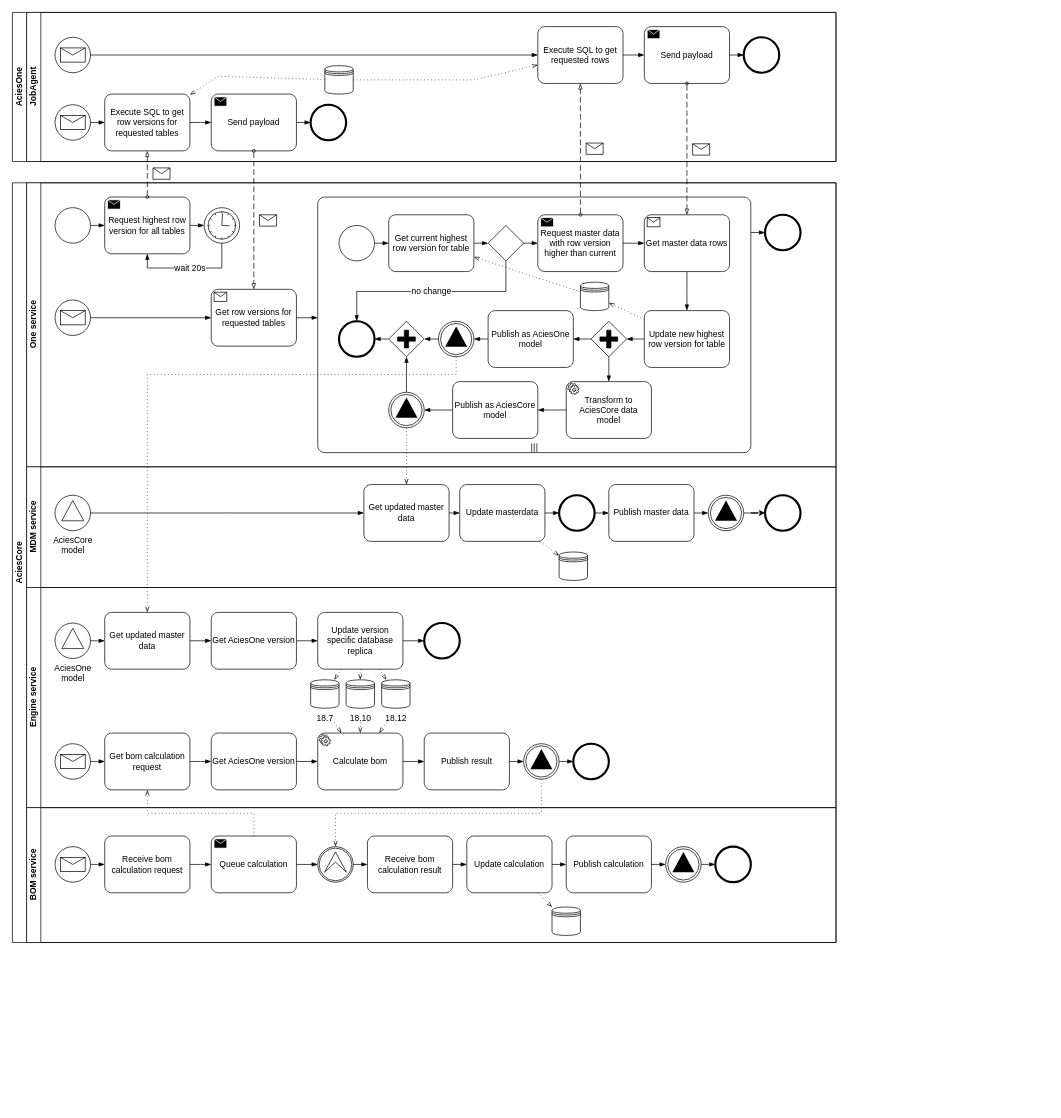
Above: services/one/AciesOne-to-AciesCore-MasterDataSync.drawio in AciesDK/core-diagrams (draw.io), before the change. Source tidied: cells renumbered, new cells numbered last; positions are measured from the earlier drawing's top-left corner, leaving out a move shared by most shapes. Both pictures are drawn from the tidied source at 71%, with x=0, y=0 at pixel (12, 12).
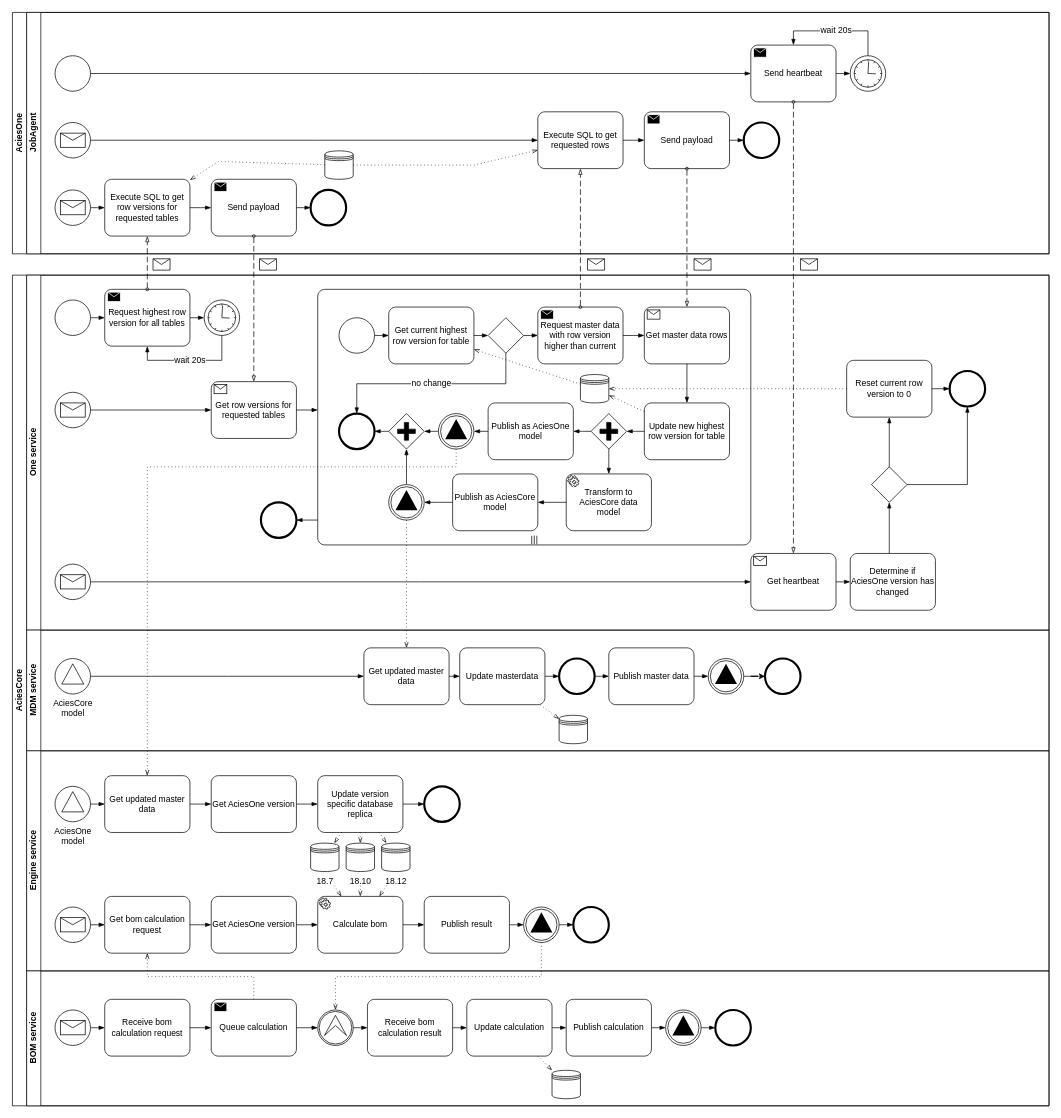
After the change.

Unchanged cells that the change refers to:
```xml
<mxCell id="33" style="shape=datastore;html=1;labelPosition=center;verticalLabelPosition=bottom;align=center;verticalAlign=top;" parent="22" vertex="1">
  <mxGeometry x="780" y="140" width="40" height="40" as="geometry" />
</mxCell>
<mxCell id="60" style="points=[[0.145,0.145,0],[0.5,0,0],[0.855,0.145,0],[1,0.5,0],[0.855,0.855,0],[0.5,1,0],[0.145,0.855,0],[0,0.5,0]];shape=mxgraph.bpmn.event;html=1;verticalLabelPosition=bottom;labelBackgroundColor=#ffffff;verticalAlign=top;align=center;perimeter=ellipsePerimeter;outlineConnect=0;outline=throwing;symbol=signal;" parent="22" vertex="1">
  <mxGeometry x="580" y="195" width="50" height="50" as="geometry" />
</mxCell>
<mxCell id="86" value="Get updated master data" style="points=[[0.25,0,0],[0.5,0,0],[0.75,0,0],[1,0.25,0],[1,0.5,0],[1,0.75,0],[0.75,1,0],[0.5,1,0],[0.25,1,0],[0,0.75,0],[0,0.5,0],[0,0.25,0]];shape=mxgraph.bpmn.task;whiteSpace=wrap;rectStyle=rounded;size=10;html=1;taskMarker=abstract;" parent="84" vertex="1">
  <mxGeometry x="110" y="35" width="120" height="80" as="geometry" />
</mxCell>
<mxCell id="140" style="endArrow=blockThin;html=1;labelPosition=left;verticalLabelPosition=middle;align=right;verticalAlign=middle;dashed=1;dashPattern=8 4;endFill=0;startArrow=oval;startFill=0;endSize=6;startSize=4;rounded=0;" parent="1" edge="1" source="26" target="5">
  <mxGeometry relative="1" as="geometry" />
</mxCell>
<mxCell id="142" style="endArrow=blockThin;html=1;labelPosition=left;verticalLabelPosition=middle;align=right;verticalAlign=middle;dashed=1;dashPattern=8 4;endFill=0;startArrow=oval;startFill=0;endSize=6;startSize=4;rounded=0;" parent="1" edge="1" source="7" target="27">
  <mxGeometry relative="1" as="geometry" />
</mxCell>
<mxCell id="144" style="endArrow=blockThin;html=1;labelPosition=left;verticalLabelPosition=middle;align=right;verticalAlign=middle;dashed=1;dashPattern=8 4;endFill=0;startArrow=oval;startFill=0;endSize=6;startSize=4;rounded=0;" parent="1" edge="1" source="37" target="12">
  <mxGeometry relative="1" as="geometry" />
</mxCell>
<mxCell id="146" style="endArrow=blockThin;html=1;labelPosition=left;verticalLabelPosition=middle;align=right;verticalAlign=middle;dashed=1;dashPattern=8 4;endFill=0;startArrow=oval;startFill=0;endSize=6;startSize=4;rounded=0;" parent="1" edge="1" source="14" target="39">
  <mxGeometry relative="1" as="geometry" />
</mxCell>
```

Change to the diagram source:
```diff
@@
     <mxCell id="2" value="AciesOne" style="swimlane;html=1;horizontal=0;startSize=20;whiteSpace=wrap;" parent="1" vertex="1">
-      <mxGeometry width="1160" height="210" as="geometry" />
+      <mxGeometry width="1460" height="340" as="geometry" />
     </mxCell>
     <mxCell id="3" value="JobAgent" style="swimlane;html=1;startSize=20;horizontal=0;" parent="2" vertex="1">
-      <mxGeometry x="20" width="1140" height="210" as="geometry" />
+      <mxGeometry x="20" width="1440" height="340" as="geometry" />
     </mxCell>
     <mxCell id="4" style="points=[[0.145,0.145,0],[0.5,0,0],[0.855,0.145,0],[1,0.5,0],[0.855,0.855,0],[0.5,1,0],[0.145,0.855,0],[0,0.5,0]];shape=mxgraph.bpmn.event;html=1;verticalLabelPosition=bottom;labelBackgroundColor=#ffffff;verticalAlign=top;align=center;perimeter=ellipsePerimeter;outlineConnect=0;outline=standard;symbol=message;" parent="3" vertex="1">
-      <mxGeometry x="40" y="130" width="50" height="50" as="geometry" />
+      <mxGeometry x="40" y="250" width="50" height="50" as="geometry" />
     </mxCell>
     <mxCell id="5" value="Execute SQL to get row versions for requested tables" style="points=[[0.25,0,0],[0.5,0,0],[0.75,0,0],[1,0.25,0],[1,0.5,0],[1,0.75,0],[0.75,1,0],[0.5,1,0],[0.25,1,0],[0,0.75,0],[0,0.5,0],[0,0.25,0]];shape=mxgraph.bpmn.task;whiteSpace=wrap;rectStyle=rounded;size=10;html=1;taskMarker=abstract;" parent="3" vertex="1">
-      <mxGeometry x="110" y="115" width="120" height="80" as="geometry" />
+      <mxGeometry x="110" y="235" width="120" height="80" as="geometry" />
     </mxCell>
@@
     <mxCell id="7" value="Send payload" style="points=[[0.25,0,0],[0.5,0,0],[0.75,0,0],[1,0.25,0],[1,0.5,0],[1,0.75,0],[0.75,1,0],[0.5,1,0],[0.25,1,0],[0,0.75,0],[0,0.5,0],[0,0.25,0]];shape=mxgraph.bpmn.task;whiteSpace=wrap;rectStyle=rounded;size=10;html=1;taskMarker=send;" parent="3" vertex="1">
-      <mxGeometry x="260" y="115" width="120" height="80" as="geometry" />
+      <mxGeometry x="260" y="235" width="120" height="80" as="geometry" />
     </mxCell>
@@
     <mxCell id="9" style="shape=datastore;html=1;labelPosition=center;verticalLabelPosition=bottom;align=center;verticalAlign=top;" parent="3" vertex="1">
-      <mxGeometry x="420" y="75" width="40" height="40" as="geometry" />
+      <mxGeometry x="420" y="195" width="40" height="40" as="geometry" />
     </mxCell>
     <mxCell id="10" style="fontSize=12;html=1;endFill=0;startFill=0;endSize=6;startSize=6;dashed=1;dashPattern=1 4;endArrow=openThin;startArrow=none;rounded=0;" parent="3" edge="1" source="9" target="5">
       <mxGeometry relative="1" as="geometry">
         <Array as="points">
-          <mxPoint x="270" y="90" />
+          <mxPoint x="270" y="210" />
         </Array>
       </mxGeometry>
     </mxCell>
     <mxCell id="11" style="points=[[0.145,0.145,0],[0.5,0,0],[0.855,0.145,0],[1,0.5,0],[0.855,0.855,0],[0.5,1,0],[0.145,0.855,0],[0,0.5,0]];shape=mxgraph.bpmn.event;html=1;verticalLabelPosition=bottom;labelBackgroundColor=#ffffff;verticalAlign=top;align=center;perimeter=ellipsePerimeter;outlineConnect=0;outline=standard;symbol=message;" parent="3" vertex="1">
-      <mxGeometry x="40" y="35" width="50" height="50" as="geometry" />
+      <mxGeometry x="40" y="155" width="50" height="50" as="geometry" />
     </mxCell>
     <mxCell id="12" value="Execute SQL to get requested rows" style="points=[[0.25,0,0],[0.5,0,0],[0.75,0,0],[1,0.25,0],[1,0.5,0],[1,0.75,0],[0.75,1,0],[0.5,1,0],[0.25,1,0],[0,0.75,0],[0,0.5,0],[0,0.25,0]];shape=mxgraph.bpmn.task;whiteSpace=wrap;rectStyle=rounded;size=10;html=1;taskMarker=abstract;" parent="3" vertex="1">
-      <mxGeometry x="720" y="20" width="120" height="80" as="geometry" />
+      <mxGeometry x="720" y="140" width="120" height="80" as="geometry" />
     </mxCell>
@@
     <mxCell id="14" value="Send payload" style="points=[[0.25,0,0],[0.5,0,0],[0.75,0,0],[1,0.25,0],[1,0.5,0],[1,0.75,0],[0.75,1,0],[0.5,1,0],[0.25,1,0],[0,0.75,0],[0,0.5,0],[0,0.25,0]];shape=mxgraph.bpmn.task;whiteSpace=wrap;rectStyle=rounded;size=10;html=1;taskMarker=send;" parent="3" vertex="1">
-      <mxGeometry x="870" y="20" width="120" height="80" as="geometry" />
+      <mxGeometry x="870" y="140" width="120" height="80" as="geometry" />
     </mxCell>
@@
     <mxCell id="16" style="fontSize=12;html=1;endFill=0;startFill=0;endSize=6;startSize=6;dashed=1;dashPattern=1 4;endArrow=openThin;startArrow=none;rounded=0;" parent="3" edge="1" source="9" target="12">
       <mxGeometry relative="1" as="geometry">
         <Array as="points">
-          <mxPoint x="630" y="95" />
+          <mxPoint x="630" y="215" />
         </Array>
       </mxGeometry>
     </mxCell>
     <mxCell id="17" style="points=[[0.145,0.145,0],[0.5,0,0],[0.855,0.145,0],[1,0.5,0],[0.855,0.855,0],[0.5,1,0],[0.145,0.855,0],[0,0.5,0]];shape=mxgraph.bpmn.event;html=1;verticalLabelPosition=bottom;labelBackgroundColor=#ffffff;verticalAlign=top;align=center;perimeter=ellipsePerimeter;outlineConnect=0;outline=end;symbol=terminate2;" parent="3" vertex="1">
-      <mxGeometry x="400" y="130" width="50" height="50" as="geometry" />
+      <mxGeometry x="400" y="250" width="50" height="50" as="geometry" />
     </mxCell>
@@
     <mxCell id="19" style="points=[[0.145,0.145,0],[0.5,0,0],[0.855,0.145,0],[1,0.5,0],[0.855,0.855,0],[0.5,1,0],[0.145,0.855,0],[0,0.5,0]];shape=mxgraph.bpmn.event;html=1;verticalLabelPosition=bottom;labelBackgroundColor=#ffffff;verticalAlign=top;align=center;perimeter=ellipsePerimeter;outlineConnect=0;outline=end;symbol=terminate2;" parent="3" vertex="1">
-      <mxGeometry x="1010" y="35" width="50" height="50" as="geometry" />
+      <mxGeometry x="1010" y="155" width="50" height="50" as="geometry" />
     </mxCell>
@@
+    <mxCell id="148" style="shape=mxgraph.bpmn.event;html=1;verticalLabelPosition=bottom;labelBackgroundColor=#ffffff;verticalAlign=top;align=center;outlineConnect=0;outline=standard;symbol=general;points=[[0.145,0.145,0],[0.5,0,0],[0.855,0.145,0],[1,0.5,0],[0.855,0.855,0],[0.5,1,0],[0.145,0.855,0],[0,0.5,0]];perimeter=ellipsePerimeter;" parent="3" vertex="1">
+      <mxGeometry x="40" y="61" width="50" height="50" as="geometry" />
+    </mxCell>
+    <mxCell id="149" style="edgeStyle=elbowEdgeStyle;fontSize=12;html=1;endArrow=blockThin;endFill=1;rounded=0;" parent="3" edge="1" source="148" target="150">
+      <mxGeometry relative="1" as="geometry" />
+    </mxCell>
+    <mxCell id="150" value="Send heartbeat" style="points=[[0.25,0,0],[0.5,0,0],[0.75,0,0],[1,0.25,0],[1,0.5,0],[1,0.75,0],[0.75,1,0],[0.5,1,0],[0.25,1,0],[0,0.75,0],[0,0.5,0],[0,0.25,0]];shape=mxgraph.bpmn.task;whiteSpace=wrap;rectStyle=rounded;size=10;html=1;taskMarker=send;" parent="3" vertex="1">
+      <mxGeometry x="1020" y="46" width="120" height="80" as="geometry" />
+    </mxCell>
+    <mxCell id="151" style="points=[[0.145,0.145,0],[0.5,0,0],[0.855,0.145,0],[1,0.5,0],[0.855,0.855,0],[0.5,1,0],[0.145,0.855,0],[0,0.5,0]];shape=mxgraph.bpmn.event;html=1;verticalLabelPosition=bottom;labelBackgroundColor=#ffffff;verticalAlign=top;align=center;perimeter=ellipsePerimeter;outlineConnect=0;outline=standard;symbol=timer;" parent="3" vertex="1">
+      <mxGeometry x="1160" y="61" width="50" height="50" as="geometry" />
+    </mxCell>
+    <mxCell id="152" style="edgeStyle=elbowEdgeStyle;fontSize=12;html=1;endArrow=blockThin;endFill=1;rounded=0;" parent="3" edge="1" source="150" target="151">
+      <mxGeometry relative="1" as="geometry" />
+    </mxCell>
+    <mxCell id="153" value="wait 20s" style="edgeStyle=elbowEdgeStyle;fontSize=12;html=1;endArrow=blockThin;endFill=1;rounded=0;elbow=vertical;exitX=0.5;exitY=0;exitDx=0;exitDy=0;exitPerimeter=0;" parent="3" edge="1" source="151" target="150">
+      <mxGeometry relative="1" as="geometry">
+        <Array as="points">
+          <mxPoint x="1170" y="26" />
+        </Array>
+      </mxGeometry>
+    </mxCell>
     <mxCell id="21" value="AciesCore" style="swimlane;html=1;horizontal=0;startSize=20;whiteSpace=wrap;" parent="1" vertex="1">
-      <mxGeometry y="240" width="1160" height="1070" as="geometry" />
+      <mxGeometry y="370" width="1460" height="1170" as="geometry" />
     </mxCell>
     <mxCell id="22" value="One service" style="swimlane;html=1;startSize=20;horizontal=0;" parent="21" vertex="1">
-      <mxGeometry x="20" width="1140" height="400" as="geometry" />
+      <mxGeometry x="20" width="1440" height="500" as="geometry" />
     </mxCell>
@@
     <mxCell id="52" style="points=[[0.145,0.145,0],[0.5,0,0],[0.855,0.145,0],[1,0.5,0],[0.855,0.855,0],[0.5,1,0],[0.145,0.855,0],[0,0.5,0]];shape=mxgraph.bpmn.event;html=1;verticalLabelPosition=bottom;labelBackgroundColor=#ffffff;verticalAlign=top;align=center;perimeter=ellipsePerimeter;outlineConnect=0;outline=end;symbol=terminate2;" parent="22" vertex="1">
-      <mxGeometry x="1040" y="45" width="50" height="50" as="geometry" />
+      <mxGeometry x="330" y="320" width="50" height="50" as="geometry" />
     </mxCell>
@@
+    <mxCell id="154" value="Get heartbeat" style="points=[[0.25,0,0],[0.5,0,0],[0.75,0,0],[1,0.25,0],[1,0.5,0],[1,0.75,0],[0.75,1,0],[0.5,1,0],[0.25,1,0],[0,0.75,0],[0,0.5,0],[0,0.25,0]];shape=mxgraph.bpmn.task;whiteSpace=wrap;rectStyle=rounded;size=10;html=1;taskMarker=receive;" parent="22" vertex="1">
+      <mxGeometry x="1020" y="392" width="120" height="80" as="geometry" />
+    </mxCell>
+    <mxCell id="155" style="points=[[0.145,0.145,0],[0.5,0,0],[0.855,0.145,0],[1,0.5,0],[0.855,0.855,0],[0.5,1,0],[0.145,0.855,0],[0,0.5,0]];shape=mxgraph.bpmn.event;html=1;verticalLabelPosition=bottom;labelBackgroundColor=#ffffff;verticalAlign=top;align=center;perimeter=ellipsePerimeter;outlineConnect=0;outline=standard;symbol=message;" parent="22" vertex="1">
+      <mxGeometry x="40" y="407" width="50" height="50" as="geometry" />
+    </mxCell>
+    <mxCell id="156" style="edgeStyle=elbowEdgeStyle;fontSize=12;html=1;endArrow=blockThin;endFill=1;rounded=0;" parent="22" edge="1" source="155" target="154">
+      <mxGeometry relative="1" as="geometry" />
+    </mxCell>
+    <mxCell id="157" value="Determine if AciesOne version has changed" style="points=[[0.25,0,0],[0.5,0,0],[0.75,0,0],[1,0.25,0],[1,0.5,0],[1,0.75,0],[0.75,1,0],[0.5,1,0],[0.25,1,0],[0,0.75,0],[0,0.5,0],[0,0.25,0]];shape=mxgraph.bpmn.task;whiteSpace=wrap;rectStyle=rounded;size=10;html=1;taskMarker=abstract;" parent="22" vertex="1">
+      <mxGeometry x="1160" y="392" width="120" height="80" as="geometry" />
+    </mxCell>
+    <mxCell id="158" style="edgeStyle=elbowEdgeStyle;fontSize=12;html=1;endArrow=blockThin;endFill=1;rounded=0;" parent="22" edge="1" source="154" target="157">
+      <mxGeometry relative="1" as="geometry" />
+    </mxCell>
+    <mxCell id="159" style="points=[[0.25,0.25,0],[0.5,0,0],[0.75,0.25,0],[1,0.5,0],[0.75,0.75,0],[0.5,1,0],[0.25,0.75,0],[0,0.5,0]];shape=mxgraph.bpmn.gateway2;html=1;verticalLabelPosition=bottom;labelBackgroundColor=#ffffff;verticalAlign=top;align=center;perimeter=rhombusPerimeter;outlineConnect=0;outline=none;symbol=none;" parent="22" vertex="1">
+      <mxGeometry x="1190" y="270" width="50" height="50" as="geometry" />
+    </mxCell>
+    <mxCell id="160" style="edgeStyle=elbowEdgeStyle;fontSize=12;html=1;endArrow=blockThin;endFill=1;rounded=0;" parent="22" edge="1" source="157" target="159">
+      <mxGeometry relative="1" as="geometry" />
+    </mxCell>
+    <mxCell id="161" value="Reset current row version to 0" style="points=[[0.25,0,0],[0.5,0,0],[0.75,0,0],[1,0.25,0],[1,0.5,0],[1,0.75,0],[0.75,1,0],[0.5,1,0],[0.25,1,0],[0,0.75,0],[0,0.5,0],[0,0.25,0]];shape=mxgraph.bpmn.task;whiteSpace=wrap;rectStyle=rounded;size=10;html=1;taskMarker=abstract;" parent="22" vertex="1">
+      <mxGeometry x="1155" y="120" width="120" height="80" as="geometry" />
+    </mxCell>
+    <mxCell id="162" style="edgeStyle=elbowEdgeStyle;fontSize=12;html=1;endArrow=blockThin;endFill=1;rounded=0;" parent="22" edge="1" source="159" target="161">
+      <mxGeometry relative="1" as="geometry" />
+    </mxCell>
+    <mxCell id="163" style="fontSize=12;html=1;endFill=0;startFill=0;endSize=6;startSize=6;dashed=1;dashPattern=1 4;endArrow=openThin;startArrow=none;rounded=0;" parent="22" edge="1" source="161" target="33">
+      <mxGeometry relative="1" as="geometry" />
+    </mxCell>
+    <mxCell id="164" style="points=[[0.145,0.145,0],[0.5,0,0],[0.855,0.145,0],[1,0.5,0],[0.855,0.855,0],[0.5,1,0],[0.145,0.855,0],[0,0.5,0]];shape=mxgraph.bpmn.event;html=1;verticalLabelPosition=bottom;labelBackgroundColor=#ffffff;verticalAlign=top;align=center;perimeter=ellipsePerimeter;outlineConnect=0;outline=end;symbol=terminate2;" parent="22" vertex="1">
+      <mxGeometry x="1300" y="135" width="50" height="50" as="geometry" />
+    </mxCell>
+    <mxCell id="165" style="edgeStyle=elbowEdgeStyle;fontSize=12;html=1;endArrow=blockThin;endFill=1;rounded=0;" parent="22" edge="1" source="161" target="164">
+      <mxGeometry relative="1" as="geometry" />
+    </mxCell>
+    <mxCell id="166" style="edgeStyle=elbowEdgeStyle;fontSize=12;html=1;endArrow=blockThin;endFill=1;rounded=0;" parent="22" edge="1" source="159" target="164">
+      <mxGeometry relative="1" as="geometry">
+        <Array as="points">
+          <mxPoint x="1325" y="250" />
+        </Array>
+      </mxGeometry>
+    </mxCell>
     <mxCell id="68" value="MDM service" style="swimlane;html=1;startSize=20;horizontal=0;" parent="21" vertex="1">
-      <mxGeometry x="20" y="400" width="1140" height="170" as="geometry" />
+      <mxGeometry x="20" y="500" width="1440" height="170" as="geometry" />
     </mxCell>
@@
     <mxCell id="84" value="Engine service" style="swimlane;html=1;startSize=20;horizontal=0;" parent="21" vertex="1">
-      <mxGeometry x="20" y="570" width="1140" height="310" as="geometry" />
+      <mxGeometry x="20" y="670" width="1440" height="310" as="geometry" />
     </mxCell>
@@
     <mxCell id="116" value="BOM service" style="swimlane;html=1;startSize=20;horizontal=0;" parent="21" vertex="1">
-      <mxGeometry x="20" y="880" width="1140" height="190" as="geometry" />
+      <mxGeometry x="20" y="980" width="1440" height="190" as="geometry" />
     </mxCell>
@@
-    <mxCell id="139" style="edgeStyle=elbowEdgeStyle;fontSize=12;html=1;endFill=0;startFill=0;endSize=6;startSize=6;dashed=1;dashPattern=1 4;endArrow=openThin;startArrow=none;rounded=0;elbow=vertical;" parent="21" edge="1" source="60" target="86">
+    <mxCell id="139" style="edgeStyle=orthogonalEdgeStyle;fontSize=12;html=1;endFill=0;startFill=0;endSize=6;startSize=6;dashed=1;dashPattern=1 4;endArrow=openThin;startArrow=none;rounded=0;elbow=vertical;" parent="21" edge="1" source="60" target="86">
       <mxGeometry relative="1" as="geometry">
         <Array as="points">
-          <mxPoint x="390" y="270" />
+          <mxPoint x="625" y="270" />
+          <mxPoint x="190" y="270" />
         </Array>
       </mxGeometry>
     </mxCell>
@@
     <mxCell id="141" style="shape=message;html=1;labelPosition=left;verticalLabelPosition=middle;align=right;verticalAlign=middle;spacingRight=5;labelBackgroundColor=#ffffff;" parent="140" vertex="1">
       <mxGeometry width="24" height="16" relative="1" as="geometry">
-        <mxPoint x="8" y="-8" as="offset" />
+        <mxPoint x="8" y="-5" as="offset" />
       </mxGeometry>
     </mxCell>
@@
     <mxCell id="143" style="shape=message;html=1;labelPosition=left;verticalLabelPosition=middle;align=right;verticalAlign=middle;spacingRight=5;labelBackgroundColor=#ffffff;" parent="142" vertex="1">
       <mxGeometry width="24" height="16" relative="1" as="geometry">
-        <mxPoint x="8" y="-8" as="offset" />
+        <mxPoint x="8" y="-71" as="offset" />
       </mxGeometry>
     </mxCell>
@@
     <mxCell id="145" style="shape=message;html=1;labelPosition=left;verticalLabelPosition=middle;align=right;verticalAlign=middle;spacingRight=5;labelBackgroundColor=#ffffff;" parent="144" vertex="1">
       <mxGeometry width="24" height="16" relative="1" as="geometry">
-        <mxPoint x="8" y="-8" as="offset" />
+        <mxPoint x="10" y="30" as="offset" />
       </mxGeometry>
     </mxCell>
@@
     <mxCell id="147" style="shape=message;html=1;labelPosition=left;verticalLabelPosition=middle;align=right;verticalAlign=middle;spacingRight=5;labelBackgroundColor=#ffffff;" parent="146" vertex="1">
       <mxGeometry width="24" height="16" relative="1" as="geometry">
-        <mxPoint x="8" y="-8" as="offset" />
+        <mxPoint x="10" y="29" as="offset" />
       </mxGeometry>
     </mxCell>
+    <mxCell id="167" style="endArrow=blockThin;html=1;labelPosition=left;verticalLabelPosition=middle;align=right;verticalAlign=middle;dashed=1;dashPattern=8 4;endFill=0;startArrow=oval;startFill=0;endSize=6;startSize=4;rounded=0;edgeStyle=orthogonalEdgeStyle;" parent="1" edge="1" source="150" target="154">
+      <mxGeometry relative="1" as="geometry" />
+    </mxCell>
+    <mxCell id="168" style="shape=message;html=1;labelPosition=left;verticalLabelPosition=middle;align=right;verticalAlign=middle;spacingRight=5;labelBackgroundColor=#ffffff;" parent="167" vertex="1">
+      <mxGeometry width="24" height="16" relative="1" as="geometry">
+        <mxPoint x="10" y="-97" as="offset" />
+      </mxGeometry>
+    </mxCell>
```
